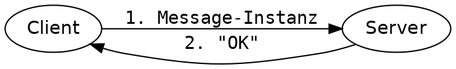
This is SchnittstelleTCP/Kommunikation.png from patrickbucher/vsk-team5, a Graphviz export, as it was before one commit. Its source is kept beside it as SchnittstelleTCP/Kommunikation.dot.
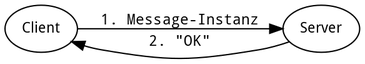
The same file after the commit.

The edit, as a diff of the source:
```diff
@@ -1,8 +1,8 @@
 digraph Kommunikaiton {
     rankdir="LR";
     graph [dpi=150];
-    node [fontname="sans"];
-    edge [fontname="mono"];
+    node [fontname="Droid Sans",fontsize="11pt"];
+    edge [fontname="Droid Sans Mono",fontsize="11pt"];
     Client -> Server [label="1. Message-Instanz"];
     Server -> Client [label="2. \"OK\""];
 }
```
